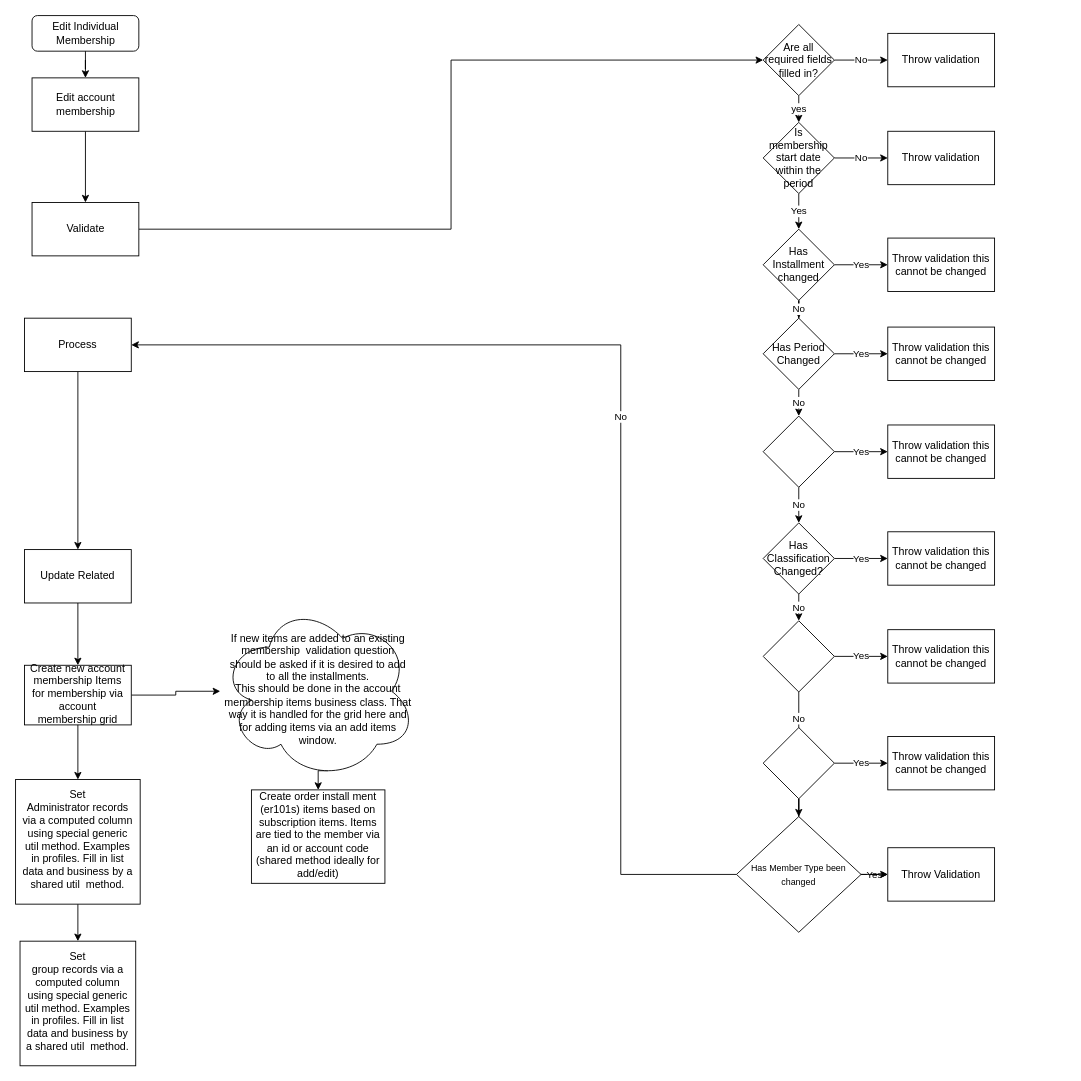
Above: MembershipEditGroupWorkflow.drawio in shelbyharris/Membership (draw.io), before the change. Source tidied: cells renumbered, new cells numbered last; positions are measured from the earlier drawing's top-left corner, leaving out a move shared by most shapes. Both pictures are drawn from the tidied source at 89%, with x=0, y=0 at pixel (15, 15).
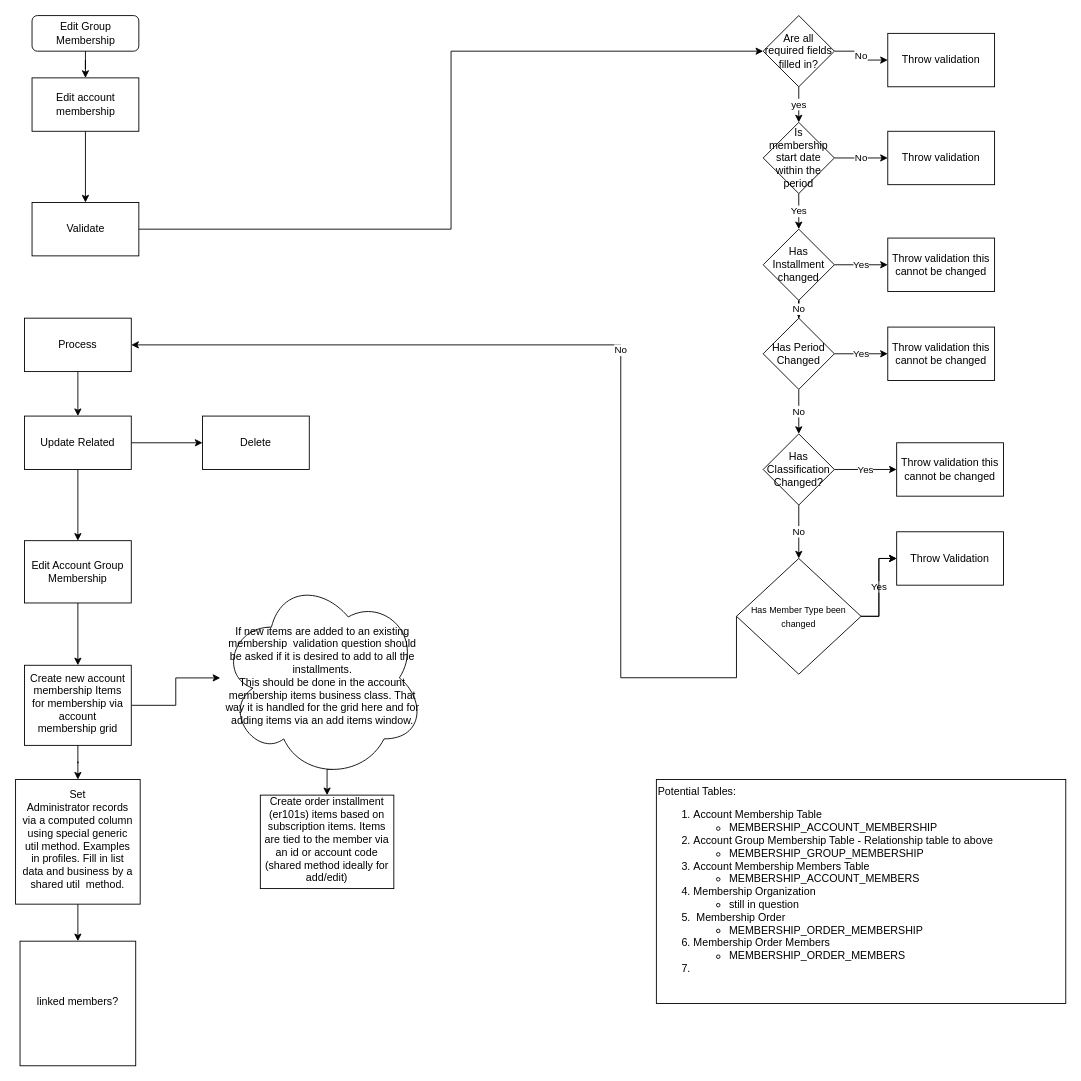
After the change.

The change refers to these unchanged cells:
```xml
<mxCell id="23" value="Process" style="whiteSpace=wrap;html=1;rounded=0;" parent="1" vertex="1">
  <mxGeometry x="10" y="340" width="120" height="60" as="geometry" />
</mxCell>
<mxCell id="35" value="Has Period Changed" style="rhombus;whiteSpace=wrap;html=1;rounded=0;" parent="1" vertex="1">
  <mxGeometry x="840" y="340" width="80" height="80" as="geometry" />
</mxCell>
```

What changed in the source:
```diff
@@
-    <mxCell id="2" value="Edit Individual Membership" style="rounded=1;whiteSpace=wrap;html=1;fontSize=12;glass=0;strokeWidth=1;shadow=0;" parent="1" vertex="1">
+    <mxCell id="2" value="Edit Group Membership" style="rounded=1;whiteSpace=wrap;html=1;fontSize=12;glass=0;strokeWidth=1;shadow=0;" parent="1" vertex="1">
       <mxGeometry x="18.5" width="120" height="40" as="geometry" />
     </mxCell>
@@
     <mxCell id="5" value="Are all required fields filled in?" style="rhombus;whiteSpace=wrap;html=1;rounded=0;" parent="1" vertex="1">
-      <mxGeometry x="840" y="10" width="80" height="80" as="geometry" />
+      <mxGeometry x="840" width="80" height="80" as="geometry" />
     </mxCell>
@@
-    <mxCell id="7" style="edgeStyle=orthogonalEdgeStyle;rounded=0;jettySize=auto;html=1;exitX=0.5;exitY=1;exitDx=0;exitDy=0;entryX=0.5;entryY=0;entryDx=0;entryDy=0;" parent="1" edge="1" source="8" target="14">
-      <mxGeometry relative="1" as="geometry" />
-    </mxCell>
+    <mxCell id="58" style="edgeStyle=orthogonalEdgeStyle;rounded=0;jettySize=auto;html=1;" parent="1" edge="1" source="8" target="61">
+      <mxGeometry relative="1" as="geometry" />
+    </mxCell>
+    <mxCell id="59" style="edgeStyle=orthogonalEdgeStyle;rounded=0;jettySize=auto;html=1;" parent="1" edge="1" source="8" target="63">
+      <mxGeometry relative="1" as="geometry" />
+    </mxCell>
     <mxCell id="8" value="Update Related" style="whiteSpace=wrap;html=1;rounded=0;" parent="1" vertex="1">
-      <mxGeometry x="10" y="600" width="120" height="60" as="geometry" />
+      <mxGeometry x="10" y="450" width="120" height="60" as="geometry" />
     </mxCell>
@@
     <mxCell id="14" value="Create new account membership Items for membership via account membership grid" style="whiteSpace=wrap;html=1;shadow=0;strokeWidth=1;spacing=6;spacingTop=-4;" parent="1" vertex="1">
-      <mxGeometry x="10" y="730" width="120" height="67" as="geometry" />
+      <mxGeometry x="10" y="730" width="120" height="90" as="geometry" />
     </mxCell>
@@
-    <mxCell id="16" value="Create order install ment (er101s) items based on subscription items. Items are tied to the member via an id or account code (shared method ideally for add/edit)" style="whiteSpace=wrap;html=1;shadow=0;strokeWidth=1;spacing=6;spacingTop=-4;" parent="1" vertex="1">
-      <mxGeometry x="265" y="870" width="150" height="105" as="geometry" />
+    <mxCell id="16" value="Create order installment (er101s) items based on subscription items. Items are tied to the member via an id or account code (shared method ideally for add/edit)" style="whiteSpace=wrap;html=1;shadow=0;strokeWidth=1;spacing=6;spacingTop=-4;" parent="1" vertex="1">
+      <mxGeometry x="275" y="875.9" width="150" height="105" as="geometry" />
     </mxCell>
@@
     <mxCell id="18" value="No" style="edgeStyle=orthogonalEdgeStyle;rounded=0;jettySize=auto;html=1;entryX=1;entryY=0.5;entryDx=0;entryDy=0;exitX=0;exitY=0.5;exitDx=0;exitDy=0;" parent="1" edge="1" source="28" target="23">
       <mxGeometry x="0.01" relative="1" as="geometry">
         <Array as="points">
-          <mxPoint x="680" y="965" />
+          <mxPoint x="680" y="744" />
           <mxPoint x="680" y="370" />
         </Array>
       </mxGeometry>
     </mxCell>
@@
     <mxCell id="28" value="&lt;span style=&quot;font-size: 10px&quot;&gt;Has Member Type been changed&lt;/span&gt;" style="rhombus;whiteSpace=wrap;html=1;rounded=0;" parent="1" vertex="1">
-      <mxGeometry x="810" y="900" width="140" height="130" as="geometry" />
+      <mxGeometry x="810" y="610" width="140" height="130" as="geometry" />
     </mxCell>
     <mxCell id="29" value="Throw Validation" style="whiteSpace=wrap;html=1;rounded=0;" parent="1" vertex="1">
-      <mxGeometry x="980" y="935" width="120" height="60" as="geometry" />
+      <mxGeometry x="990" y="580" width="120" height="60" as="geometry" />
     </mxCell>
@@
-    <mxCell id="33" value="No" style="edgeStyle=orthogonalEdgeStyle;rounded=0;jettySize=auto;html=1;" parent="1" edge="1" source="35" target="38">
+    <mxCell id="33" value="No" style="edgeStyle=orthogonalEdgeStyle;rounded=0;jettySize=auto;html=1;entryX=0.5;entryY=0;entryDx=0;entryDy=0;" parent="1" edge="1" source="35" target="44">
       <mxGeometry relative="1" as="geometry" />
     </mxCell>
@@
-    <mxCell id="36" value="Yes" style="edgeStyle=orthogonalEdgeStyle;rounded=0;jettySize=auto;html=1;" parent="1" edge="1" source="38" target="41">
-      <mxGeometry relative="1" as="geometry" />
-    </mxCell>
-    <mxCell id="37" value="No" style="edgeStyle=orthogonalEdgeStyle;rounded=0;jettySize=auto;html=1;" parent="1" edge="1" source="38" target="44">
-      <mxGeometry relative="1" as="geometry" />
-    </mxCell>
-    <mxCell id="38" style="rhombus;whiteSpace=wrap;html=1;rounded=0;" parent="1" vertex="1">
-      <mxGeometry x="840" y="450" width="80" height="80" as="geometry" />
-    </mxCell>
@@
-    <mxCell id="41" value="&lt;span&gt;Throw validation this cannot be changed&lt;/span&gt;" style="whiteSpace=wrap;html=1;rounded=0;" parent="1" vertex="1">
-      <mxGeometry x="980" y="460" width="120" height="60" as="geometry" />
-    </mxCell>
@@
-    <mxCell id="43" value="No" style="edgeStyle=orthogonalEdgeStyle;rounded=0;jettySize=auto;html=1;" parent="1" edge="1" source="44" target="47">
-      <mxGeometry relative="1" as="geometry" />
-    </mxCell>
+    <mxCell id="49" value="No" style="edgeStyle=orthogonalEdgeStyle;rounded=0;jettySize=auto;html=1;exitX=0.5;exitY=1;exitDx=0;exitDy=0;entryX=0.5;entryY=0;entryDx=0;entryDy=0;" parent="1" edge="1" source="44" target="28">
+      <mxGeometry relative="1" as="geometry" />
+    </mxCell>
     <mxCell id="44" value="Has Classification Changed?" style="rhombus;whiteSpace=wrap;html=1;rounded=0;" parent="1" vertex="1">
-      <mxGeometry x="840" y="570" width="80" height="80" as="geometry" />
+      <mxGeometry x="840" y="470" width="80" height="80" as="geometry" />
     </mxCell>
     <mxCell id="45" value="&lt;span&gt;Throw validation this cannot be changed&lt;/span&gt;" style="whiteSpace=wrap;html=1;rounded=0;" parent="1" vertex="1">
-      <mxGeometry x="980" y="580" width="120" height="60" as="geometry" />
+      <mxGeometry x="990" y="480" width="120" height="60" as="geometry" />
     </mxCell>
-    <mxCell id="46" value="Yes" style="edgeStyle=orthogonalEdgeStyle;rounded=0;jettySize=auto;html=1;" parent="1" edge="1" source="47" target="48">
-      <mxGeometry relative="1" as="geometry" />
-    </mxCell>
-    <mxCell id="47" style="rhombus;whiteSpace=wrap;html=1;rounded=0;" parent="1" vertex="1">
-      <mxGeometry x="840" y="680" width="80" height="80" as="geometry" />
-    </mxCell>
-    <mxCell id="48" value="&lt;span&gt;Throw validation this cannot be changed&lt;/span&gt;" style="whiteSpace=wrap;html=1;rounded=0;" parent="1" vertex="1">
-      <mxGeometry x="980" y="690" width="120" height="60" as="geometry" />
-    </mxCell>
-    <mxCell id="49" value="No" style="edgeStyle=orthogonalEdgeStyle;rounded=0;jettySize=auto;html=1;exitX=0.5;exitY=1;exitDx=0;exitDy=0;entryX=0.5;entryY=0;entryDx=0;entryDy=0;" parent="1" edge="1" source="47" target="52">
-      <mxGeometry relative="1" as="geometry">
-        <Array as="points">
-          <mxPoint x="880" y="810" />
-        </Array>
-      </mxGeometry>
-    </mxCell>
-    <mxCell id="50" value="Yes" style="edgeStyle=orthogonalEdgeStyle;rounded=0;jettySize=auto;html=1;" parent="1" edge="1" source="52" target="53">
-      <mxGeometry relative="1" as="geometry" />
-    </mxCell>
-    <mxCell id="51" style="edgeStyle=orthogonalEdgeStyle;rounded=0;jettySize=auto;html=1;" parent="1" edge="1" source="52" target="28">
-      <mxGeometry relative="1" as="geometry" />
-    </mxCell>
-    <mxCell id="52" style="rhombus;whiteSpace=wrap;html=1;rounded=0;" parent="1" vertex="1">
-      <mxGeometry x="840" y="800" width="80" height="80" as="geometry" />
-    </mxCell>
-    <mxCell id="53" value="&lt;span&gt;Throw validation this cannot be changed&lt;/span&gt;" style="whiteSpace=wrap;html=1;rounded=0;" parent="1" vertex="1">
-      <mxGeometry x="980" y="810" width="120" height="60" as="geometry" />
-    </mxCell>
@@
     <mxCell id="56" value="If new items are added to an existing membership&amp;nbsp; validation question should be asked if it is desired to add to all the installments.&lt;br&gt;This should be done in the account membership items business class. That way it is handled for the grid here and for adding items via an add items window." style="ellipse;shape=cloud;whiteSpace=wrap;html=1;shadow=0;strokeWidth=1;spacing=6;spacingTop=-4;" parent="1" vertex="1">
-      <mxGeometry x="230" y="660" width="220" height="198.4" as="geometry" />
+      <mxGeometry x="230" y="630" width="230" height="228.4" as="geometry" />
     </mxCell>
-    <mxCell id="57" value="Set&lt;br&gt;group records via a computed column using special generic util method. Examples in profiles. Fill in list data and business by a shared util&amp;nbsp; method." style="whiteSpace=wrap;html=1;shadow=0;strokeWidth=1;spacing=6;spacingTop=-4;" parent="1" vertex="1">
+    <mxCell id="57" value="linked members?" style="whiteSpace=wrap;html=1;shadow=0;strokeWidth=1;spacing=6;spacingTop=-4;" parent="1" vertex="1">
       <mxGeometry x="5" y="1040" width="130" height="140" as="geometry" />
     </mxCell>
+    <mxCell id="60" style="edgeStyle=orthogonalEdgeStyle;rounded=0;jettySize=auto;html=1;" parent="1" edge="1" source="61" target="14">
+      <mxGeometry relative="1" as="geometry" />
+    </mxCell>
+    <mxCell id="61" value="Edit Account Group Membership" style="whiteSpace=wrap;html=1;rounded=0;" parent="1" vertex="1">
+      <mxGeometry x="10" y="590" width="120" height="70" as="geometry" />
+    </mxCell>
+    <mxCell id="62" value="Potential Tables:&lt;br&gt;&lt;ol&gt;&lt;li&gt;Account Membership Table&lt;br&gt;&lt;/li&gt;&lt;ul&gt;&lt;li&gt;&lt;span&gt;MEMBERSHIP_ACCOUNT_MEMBERSHIP&lt;/span&gt;&lt;/li&gt;&lt;/ul&gt;&lt;li&gt;Account Group Membership Table - Relationship table to above&lt;/li&gt;&lt;ul&gt;&lt;li&gt;&lt;span&gt;MEMBERSHIP_GROUP_MEMBERSHIP&lt;/span&gt;&lt;/li&gt;&lt;/ul&gt;&lt;li&gt;Account Membership Members Table&lt;/li&gt;&lt;ul&gt;&lt;li&gt;&lt;span&gt;MEMBERSHIP_ACCOUNT_MEMBERS&lt;/span&gt;&lt;/li&gt;&lt;/ul&gt;&lt;li&gt;Membership Organization&lt;/li&gt;&lt;ul&gt;&lt;li&gt;&lt;span&gt;still in question&lt;/span&gt;&lt;/li&gt;&lt;/ul&gt;&lt;li&gt;&amp;nbsp;Membership Order&lt;/li&gt;&lt;ul&gt;&lt;li&gt;&lt;span&gt;MEMBERSHIP_ORDER_MEMBERSHIP&lt;/span&gt;&lt;/li&gt;&lt;/ul&gt;&lt;li&gt;Membership Order Members&lt;/li&gt;&lt;ul&gt;&lt;li&gt;&lt;span&gt;MEMBERSHIP_ORDER_MEMBERS&lt;/span&gt;&lt;/li&gt;&lt;/ul&gt;&lt;li&gt;&lt;br&gt;&lt;/li&gt;&lt;/ol&gt;" style="rounded=0;whiteSpace=wrap;html=1;align=left;horizontal=1;verticalAlign=top;" parent="1" vertex="1">
+      <mxGeometry x="720" y="858.4" width="460" height="251.6" as="geometry" />
+    </mxCell>
+    <mxCell id="63" value="Delete" style="whiteSpace=wrap;html=1;rounded=0;" parent="1" vertex="1">
+      <mxGeometry x="210" y="450" width="120" height="60" as="geometry" />
+    </mxCell>
```
